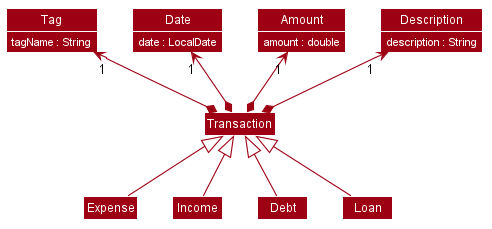
The PlantUML diagram docs/images/TransactionClassDiagram.png in syinyichen/main, before a commit.
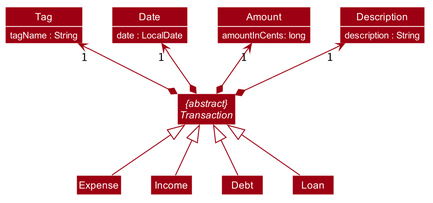
The same diagram one commit later.

What changed in the source:
```diff
@@ -58,7 +58,7 @@
 }
 
 class Amount {
-   amount : double
+   amountInCents: long
 }
 
 class Date {
@@ -69,6 +69,7 @@
     tagName : String
 }
 
+abstract "{abstract}\nTransaction" as Transaction
 Transaction *-up-> "1" Description
 Transaction *-up-> "1" Amount
 Transaction *-up-> "1" Date
```
